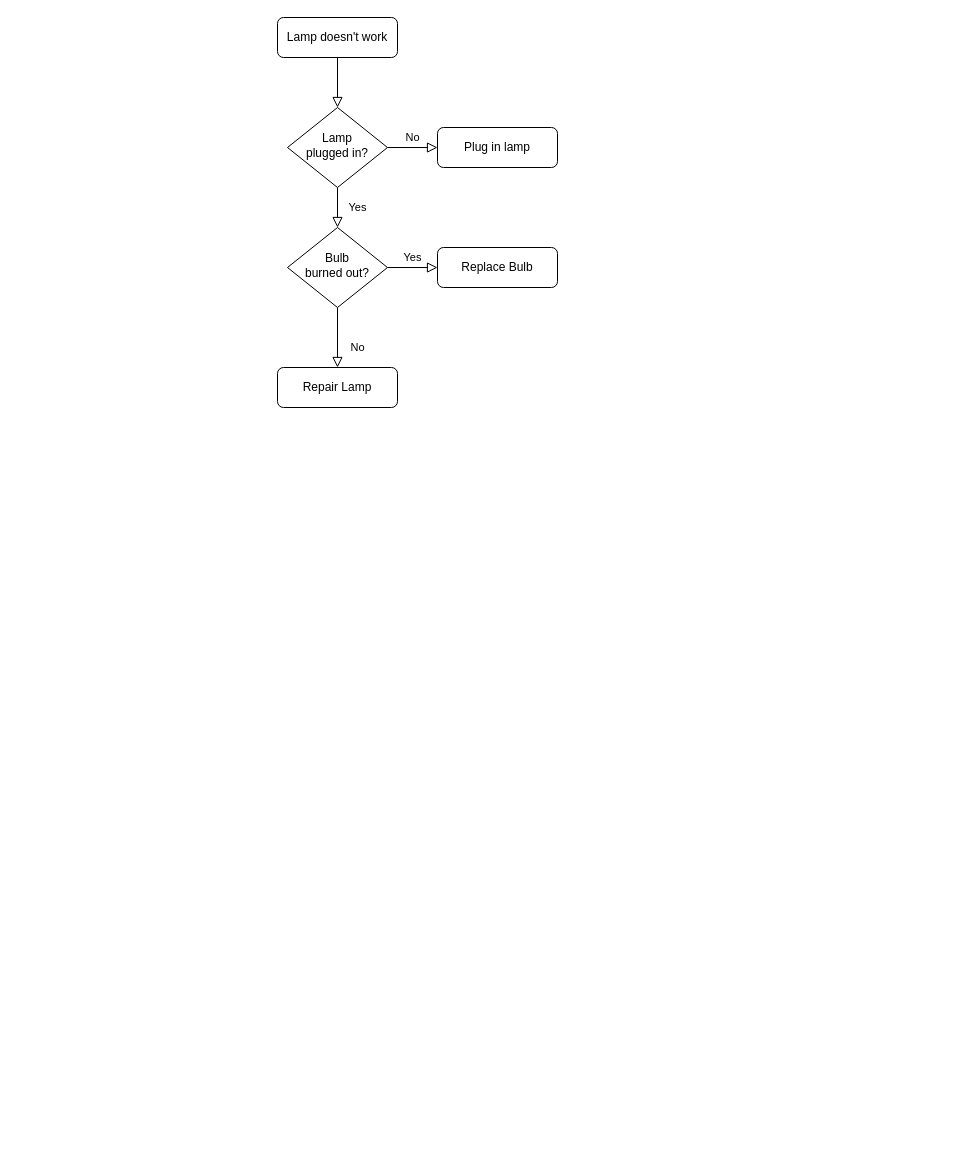
Before: systemd.drawio in wbzzx-bb/wb-linux, a draw.io diagram. Source tidied: cells renumbered, new cells numbered last; positions are measured from the earlier drawing's top-left corner, leaving out a move shared by most shapes. Both pictures are drawn from the tidied source at 100%, with x=0, y=0 at pixel (277, 17).
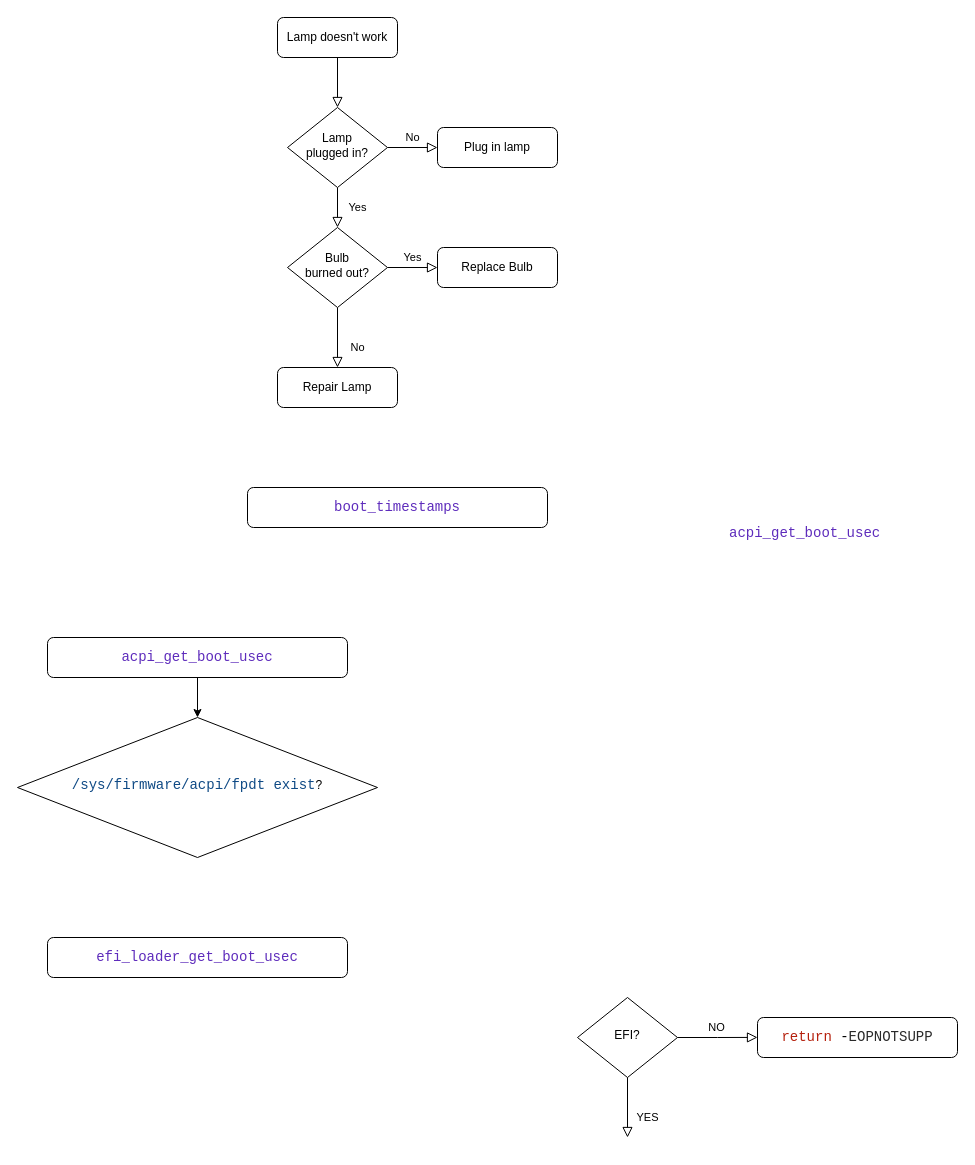
The same page after the edit.

Diff of the diagram source:
```diff
@@
+    <mxCell id="13" value="&lt;div style=&quot;color: rgb(41, 41, 41); background-color: rgb(255, 255, 255); font-family: Consolas, &amp;quot;Courier New&amp;quot;, monospace; font-size: 14px; line-height: 19px; white-space: pre;&quot;&gt;&lt;span style=&quot;color: #5e2cbc;&quot;&gt;efi_loader_get_boot_usec&lt;/span&gt;&lt;/div&gt;" style="rounded=1;whiteSpace=wrap;html=1;fontSize=12;glass=0;strokeWidth=1;shadow=0;" parent="1" vertex="1">
+      <mxGeometry x="-230" y="920" width="300" height="40" as="geometry" />
+    </mxCell>
+    <mxCell id="14" value="EFI?" style="rhombus;whiteSpace=wrap;html=1;shadow=0;fontFamily=Helvetica;fontSize=12;align=center;strokeWidth=1;spacing=6;spacingTop=-4;" parent="1" vertex="1">
+      <mxGeometry x="300" y="980" width="100" height="80" as="geometry" />
+    </mxCell>
+    <mxCell id="15" value="YES" style="rounded=0;html=1;jettySize=auto;orthogonalLoop=1;fontSize=11;endArrow=block;endFill=0;endSize=8;strokeWidth=1;shadow=0;labelBackgroundColor=none;edgeStyle=orthogonalEdgeStyle;" parent="1" edge="1">
+      <mxGeometry x="0.33" y="20" relative="1" as="geometry">
+        <mxPoint x="350" y="1060" as="sourcePoint" />
+        <mxPoint x="350" y="1120" as="targetPoint" />
+      </mxGeometry>
+    </mxCell>
+    <mxCell id="16" value="&lt;div style=&quot;color: rgb(41, 41, 41); background-color: rgb(255, 255, 255); font-family: Consolas, &amp;quot;Courier New&amp;quot;, monospace; font-size: 14px; line-height: 19px; white-space: pre;&quot;&gt;&lt;div style=&quot;line-height: 19px;&quot;&gt;&lt;span style=&quot;color: #b5200d;&quot;&gt;return&lt;/span&gt; &lt;span style=&quot;color: #000000;&quot;&gt;-&lt;/span&gt;EOPNOTSUPP&lt;/div&gt;&lt;/div&gt;" style="rounded=1;whiteSpace=wrap;html=1;fontSize=12;glass=0;strokeWidth=1;shadow=0;" parent="1" vertex="1">
+      <mxGeometry x="480" y="1000" width="200" height="40" as="geometry" />
+    </mxCell>
+    <mxCell id="17" value="NO" style="edgeStyle=orthogonalEdgeStyle;rounded=0;html=1;jettySize=auto;fontSize=11;endArrow=block;endFill=0;endSize=8;strokeWidth=1;shadow=0;labelBackgroundColor=none;exitX=1;exitY=0.5;exitDx=0;exitDy=0;" parent="1" edge="1" source="14">
+      <mxGeometry y="10" relative="1" as="geometry">
+        <mxPoint x="480" y="1019.9" as="targetPoint" />
+      </mxGeometry>
+    </mxCell>
+    <mxCell id="18" value="&lt;div style=&quot;color: rgb(41, 41, 41); background-color: rgb(255, 255, 255); font-family: Consolas, &amp;quot;Courier New&amp;quot;, monospace; font-size: 14px; line-height: 19px; white-space: pre;&quot;&gt;&lt;span style=&quot;color: rgb(94, 44, 188); text-align: left;&quot;&gt;boot_timestamps&lt;/span&gt;&lt;/div&gt;" style="rounded=1;whiteSpace=wrap;html=1;fontSize=12;glass=0;strokeWidth=1;shadow=0;" parent="1" vertex="1">
+      <mxGeometry x="-30" y="470" width="300" height="40" as="geometry" />
+    </mxCell>
+    <mxCell id="19" value="&lt;div style=&quot;color: #292929;background-color: #ffffff;font-family: Consolas, 'Courier New', monospace;font-weight: normal;font-size: 14px;line-height: 19px;white-space: pre;&quot;&gt;&lt;div&gt;&lt;span style=&quot;color: #5e2cbc;&quot;&gt;acpi_get_boot_usec&lt;/span&gt;&lt;/div&gt;&lt;/div&gt;" style="text;whiteSpace=wrap;html=1;" parent="1" vertex="1">
+      <mxGeometry x="450" y="500" width="170" height="40" as="geometry" />
+    </mxCell>
+    <mxCell id="20" style="edgeStyle=orthogonalEdgeStyle;rounded=0;jettySize=auto;html=1;entryX=0.5;entryY=0;entryDx=0;entryDy=0;" parent="1" edge="1" source="21" target="22">
+      <mxGeometry relative="1" as="geometry" />
+    </mxCell>
+    <mxCell id="21" value="&lt;div style=&quot;color: rgb(41, 41, 41); background-color: rgb(255, 255, 255); font-family: Consolas, &amp;quot;Courier New&amp;quot;, monospace; font-size: 14px; line-height: 19px; white-space: pre;&quot;&gt;&lt;span style=&quot;color: rgb(94, 44, 188); text-align: left;&quot;&gt;acpi_get_boot_usec&lt;/span&gt;&lt;/div&gt;" style="rounded=1;whiteSpace=wrap;html=1;fontSize=12;glass=0;strokeWidth=1;shadow=0;" parent="1" vertex="1">
+      <mxGeometry x="-230" y="620" width="300" height="40" as="geometry" />
+    </mxCell>
+    <mxCell id="22" value="&lt;span style=&quot;color: rgb(15, 74, 133); background-color: rgb(255, 255, 255); font-family: Consolas, &amp;quot;Courier New&amp;quot;, monospace; font-size: 14px; white-space: pre;&quot;&gt;/sys/firmware/acpi/fpdt exist&lt;/span&gt;?" style="rhombus;whiteSpace=wrap;html=1;shadow=0;fontFamily=Helvetica;fontSize=12;align=center;strokeWidth=1;spacing=6;spacingTop=-4;" parent="1" vertex="1">
+      <mxGeometry x="-260" y="700" width="360" height="140" as="geometry" />
+    </mxCell>
```
